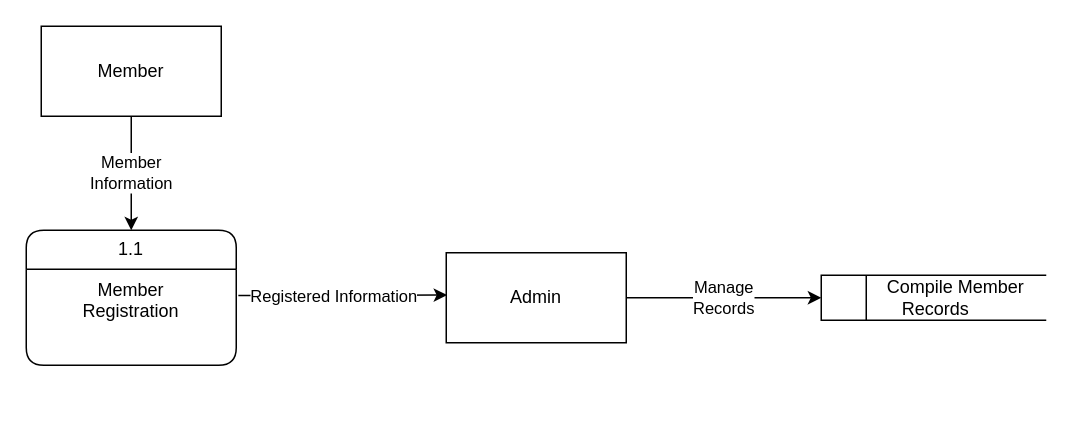
Above: page "level 1 (Member Registration" (1 of 9) of Untitled Diagram.drawio in FacundoBnts/app-dev (draw.io), before the change. Source tidied: cells renumbered, new cells numbered last; positions are measured from the earlier drawing's top-left corner, leaving out a move shared by most shapes. Both pictures are drawn from the tidied source at 150%, with x=0, y=0 at pixel (26, 26).
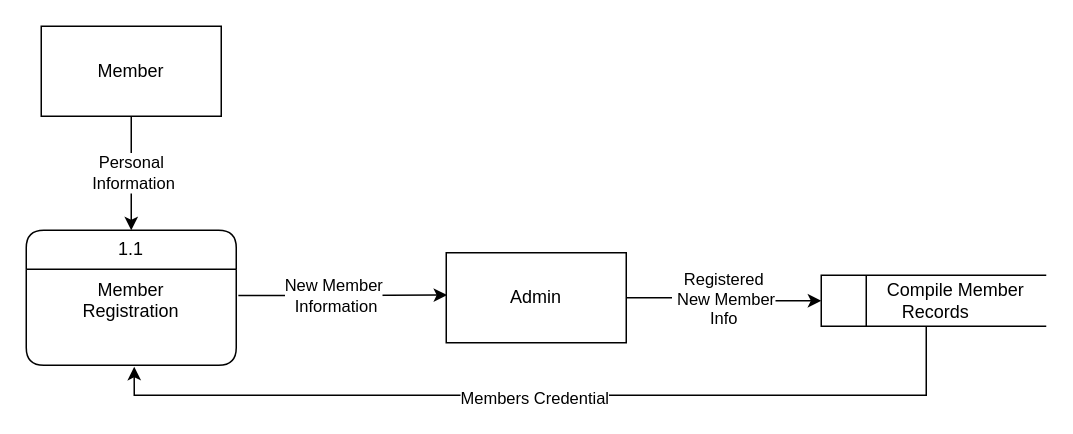
The same diagram, later.

Diff of the diagram source:
```diff
@@
 <mxGraphModel>
   <root>
     <mxCell id="0" />
     <mxCell id="1" parent="0" />
-    <mxCell id="2" value="Member &lt;br&gt;Information" style="edgeStyle=orthogonalEdgeStyle;rounded=0;jettySize=auto;html=1;exitX=0.5;exitY=1;exitDx=0;exitDy=0;entryX=0.5;entryY=0;entryDx=0;entryDy=0;" parent="1" edge="1" source="3" target="4">
+    <mxCell id="2" value="&lt;div&gt;Personal&lt;/div&gt;&lt;div&gt;&amp;nbsp;Information&lt;/div&gt;" style="edgeStyle=orthogonalEdgeStyle;rounded=0;jettySize=auto;html=1;exitX=0.5;exitY=1;exitDx=0;exitDy=0;entryX=0.5;entryY=0;entryDx=0;entryDy=0;" parent="1" edge="1" source="3" target="4">
       <mxGeometry relative="1" as="geometry" />
     </mxCell>
     <mxCell id="3" value="Member " style="rounded=0;whiteSpace=wrap;html=1;" parent="1" vertex="1">
       <mxGeometry x="10" width="120" height="60" as="geometry" />
     </mxCell>
     <mxCell id="4" value="&lt;div&gt;1.1&lt;/div&gt;" style="swimlane;fontStyle=0;horizontal=1;startSize=26;fillColor=none;whiteSpace=wrap;html=1;rounded=1;" parent="1" vertex="1">
       <mxGeometry y="136" width="140" height="90" as="geometry" />
     </mxCell>
     <mxCell id="5" value="Member &lt;br&gt;Registration" style="text;strokeColor=none;fillColor=none;align=center;verticalAlign=top;spacingLeft=4;spacingRight=4;overflow=hidden;points=[[0,0.5],[1,0.5]];portConstraint=eastwest;whiteSpace=wrap;html=1;" parent="4" vertex="1">
       <mxGeometry y="26" width="140" height="64" as="geometry" />
     </mxCell>
     <mxCell id="6" value="&lt;span style=&quot;white-space: pre;&quot;&gt;&#9;&lt;/span&gt;Compile Member Records" style="html=1;dashed=0;whiteSpace=wrap;shape=mxgraph.dfd.dataStoreID;align=center;spacingLeft=3;points=[[0,0],[0.5,0],[1,0],[0,0.5],[1,0.5],[0,1],[0.5,1],[1,1]];" parent="1" vertex="1">
-      <mxGeometry x="530" y="166" width="150" height="30" as="geometry" />
+      <mxGeometry x="530" y="166" width="150" height="34" as="geometry" />
     </mxCell>
     <mxCell id="7" style="edgeStyle=orthogonalEdgeStyle;rounded=0;jettySize=auto;html=1;exitX=1.01;exitY=0.274;exitDx=0;exitDy=0;exitPerimeter=0;entryX=0.004;entryY=0.363;entryDx=0;entryDy=0;entryPerimeter=0;" parent="1" edge="1" source="5">
       <mxGeometry relative="1" as="geometry">
         <mxPoint x="280.6" y="179.2" as="targetPoint" />
       </mxGeometry>
     </mxCell>
-    <mxCell id="8" value="Registered Information" style="edgeLabel;html=1;align=center;verticalAlign=middle;" parent="7" vertex="1">
+    <mxCell id="8" value="&lt;div&gt;New Member&lt;/div&gt;&lt;div&gt;&amp;nbsp;Information&lt;/div&gt;" style="edgeLabel;html=1;align=center;verticalAlign=middle;" parent="7" vertex="1">
       <mxGeometry x="-0.1" relative="1" as="geometry" />
     </mxCell>
-    <mxCell id="9" value="Manage &lt;br&gt;Records" style="edgeStyle=orthogonalEdgeStyle;rounded=0;jettySize=auto;html=1;exitX=1;exitY=0.5;exitDx=0;exitDy=0;entryX=0;entryY=0.5;entryDx=0;entryDy=0;" parent="1" edge="1" source="10" target="6">
+    <mxCell id="9" value="&lt;div&gt;Registered &lt;br&gt;&lt;/div&gt;&lt;div&gt;&amp;nbsp;New Member&lt;/div&gt;&lt;div&gt;Info&lt;br&gt;&lt;/div&gt;" style="edgeStyle=orthogonalEdgeStyle;rounded=0;jettySize=auto;html=1;exitX=1;exitY=0.5;exitDx=0;exitDy=0;entryX=0;entryY=0.5;entryDx=0;entryDy=0;" parent="1" edge="1" source="10" target="6">
       <mxGeometry relative="1" as="geometry" />
     </mxCell>
     <mxCell id="10" value="Admin" style="rounded=0;whiteSpace=wrap;html=1;" parent="1" vertex="1">
       <mxGeometry x="280" y="151" width="120" height="60" as="geometry" />
     </mxCell>
+    <mxCell id="11" style="edgeStyle=orthogonalEdgeStyle;rounded=0;jettySize=auto;html=1;entryX=0.514;entryY=1.016;entryDx=0;entryDy=0;entryPerimeter=0;" parent="1" edge="1" source="6" target="5">
+      <mxGeometry relative="1" as="geometry">
+        <Array as="points">
+          <mxPoint x="600" y="246" />
+          <mxPoint x="72" y="246" />
+        </Array>
+      </mxGeometry>
+    </mxCell>
+    <mxCell id="12" value="Members Credential" style="edgeLabel;html=1;align=center;verticalAlign=middle;" parent="11" vertex="1">
+      <mxGeometry x="0.04" y="1" relative="1" as="geometry" />
+    </mxCell>
   </root>
 </mxGraphModel>
```
